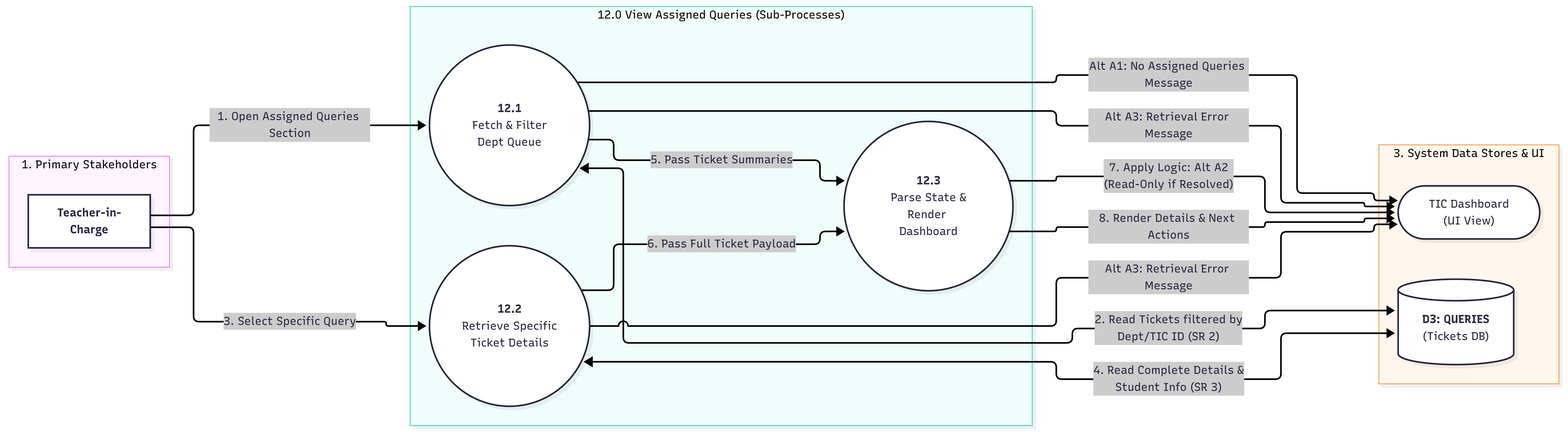
Before: SE/ideathon/documents/L2-DFD-T01.png, a diagram exported from Mermaid (aryanhrc3428/Semester-5). Its source is kept beside it as SE/ideathon/documents/L2-DFD-T01.mmd. The source it was exported from:
```mermaid
%%{init: {
  "flowchart": {
    "htmlLabels": true,
    "nodeSpacing": 40,
    "rankSpacing": 90,
    "padding": 15
  }
}}%%
flowchart LR

    subgraph Actors [" "]
        direction TB
        TIC["<b>Teacher-in-Charge</b>"]
    end

    subgraph SubProcesses [" "]
        direction TB
        P12_1(("<b>12.1</b><br/>Fetch &amp; Filter<br/>Dept Queue"))
        P12_2(("<b>12.2</b><br/>Retrieve Specific<br/>Ticket Details"))
        P12_3(("<b>12.3</b><br/>Parse State &amp;<br/>Render Dashboard"))
    end

    subgraph DataStores [" "]
        direction TB
        D3@{ shape: datastore, label: "<b>D3: QUERIES</b><br/>(Tickets DB)" }
        TICDash(["TIC Dashboard<br/>(UI View)"])
    end


    TIC -->|"1. Open Assigned Queries Section"| P12_1
    P12_1 <-->|"2. Read Tickets filtered by<br/>Dept/TIC ID (SR 2)"| D3
    P12_1 -->|"Alt A1: No Assigned Queries Message"| TICDash

    TIC -->|"3. Select Specific Query"| P12_2
    P12_2 <-->|"4. Read Complete Details &<br/>Student Info (SR 3)"| D3

    P12_1 & P12_2 -->|"Alt A3: Retrieval Error Message"| TICDash

    P12_1 -->|"5. Pass Ticket Summaries"| P12_3
    P12_2 -->|"6. Pass Full Ticket Payload"| P12_3
    P12_3 -->|"7. Apply Logic: Alt A2<br/>(Read-Only if Resolved)"| TICDash
    P12_3 -->|"8. Render Details & Next Actions"| TICDash

    classDef processStyle fill:#fff,stroke:#333,stroke-width:1px,color:#000
    classDef storeStyle fill:#fff,stroke:#333,stroke-width:1px,color:#000
    classDef actorStyle fill:#fff,stroke:#333,stroke-width:1px,color:#000
    classDef extStyle fill:#fff,stroke:#333,stroke-width:1px,color:#000

    class P12_1,P12_2,P12_3 processStyle;
    class D3 storeStyle;
    class TIC actorStyle;
    class TICDash extStyle;

    style Actors fill:none,stroke:#333,stroke-width:1px
    style SubProcesses fill:none,stroke:#333,stroke-width:1px
    style DataStores fill:none,stroke:#333,stroke-width:1px
```
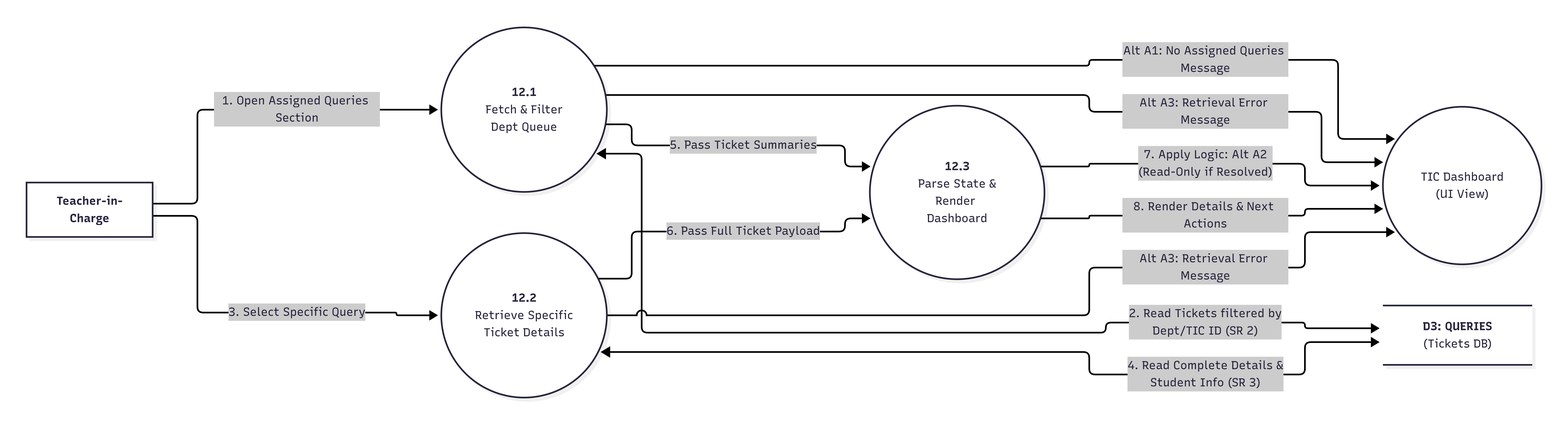
The same file after the commit.

Change to the diagram source:
```diff
@@ -23,7 +23,7 @@
     subgraph DataStores [" "]
         direction TB
         D3@{ shape: datastore, label: "<b>D3: QUERIES</b><br/>(Tickets DB)" }
-        TICDash(["TIC Dashboard<br/>(UI View)"])
+        TICDash(("TIC Dashboard<br/>(UI View)"))
     end
 
 
@@ -41,16 +41,6 @@
     P12_3 -->|"7. Apply Logic: Alt A2<br/>(Read-Only if Resolved)"| TICDash
     P12_3 -->|"8. Render Details & Next Actions"| TICDash
 
-    classDef processStyle fill:#fff,stroke:#333,stroke-width:1px,color:#000
-    classDef storeStyle fill:#fff,stroke:#333,stroke-width:1px,color:#000
-    classDef actorStyle fill:#fff,stroke:#333,stroke-width:1px,color:#000
-    classDef extStyle fill:#fff,stroke:#333,stroke-width:1px,color:#000
-
-    class P12_1,P12_2,P12_3 processStyle;
-    class D3 storeStyle;
-    class TIC actorStyle;
-    class TICDash extStyle;
-
-    style Actors fill:none,stroke:#333,stroke-width:1px
-    style SubProcesses fill:none,stroke:#333,stroke-width:1px
-    style DataStores fill:none,stroke:#333,stroke-width:1px
+    style Actors fill:none, stroke:none
+    style DataStores fill:none, stroke:none
+    style SubProcesses fill:none, stroke:none
```
